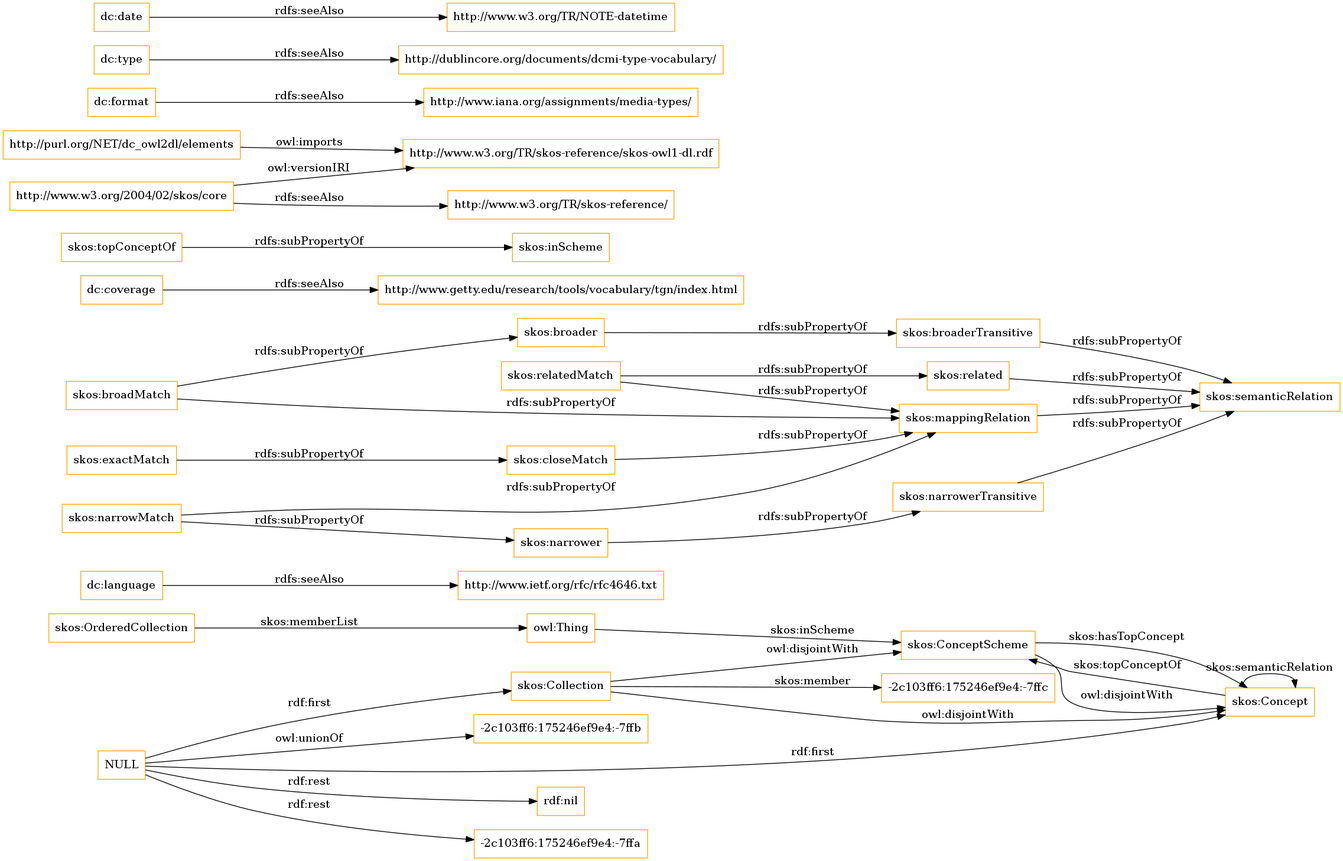
The Graphviz diagram OnToology/imports/elements.owl/diagrams/ar2dtool-class/elements.owl.png in OnToologyUser/core-ontology-1, before a commit. Its source is kept beside it as OnToology/imports/elements.owl/diagrams/ar2dtool-class/elements.owl.png.dot. Source of this version:
```dot
digraph ar2dtool_diagram {
rankdir=LR;
size="1501"
node [shape = rectangle, color="orange"]; "-2c103ff6:175246ef9e4:-7ffc" "skos:OrderedCollection" "skos:Collection" "skos:ConceptScheme" "skos:Concept" ; /*classes style*/
	"dc:language" -> "http://www.ietf.org/rfc/rfc4646.txt" [ label = "rdfs:seeAlso" ];
	"NULL" -> "rdf:nil" [ label = "rdf:rest" ];
	"NULL" -> "skos:Collection" [ label = "rdf:first" ];
	"NULL" -> "-2c103ff6:175246ef9e4:-7ffa" [ label = "rdf:rest" ];
	"NULL" -> "skos:Concept" [ label = "rdf:first" ];
	"NULL" -> "-2c103ff6:175246ef9e4:-7ffb" [ label = "owl:unionOf" ];
	"skos:closeMatch" -> "skos:mappingRelation" [ label = "rdfs:subPropertyOf" ];
	"dc:coverage" -> "http://www.getty.edu/research/tools/vocabulary/tgn/index.html" [ label = "rdfs:seeAlso" ];
	"skos:relatedMatch" -> "skos:related" [ label = "rdfs:subPropertyOf" ];
	"skos:relatedMatch" -> "skos:mappingRelation" [ label = "rdfs:subPropertyOf" ];
	"skos:ConceptScheme" -> "skos:Concept" [ label = "owl:disjointWith" ];
	"skos:related" -> "skos:semanticRelation" [ label = "rdfs:subPropertyOf" ];
	"skos:topConceptOf" -> "skos:inScheme" [ label = "rdfs:subPropertyOf" ];
	"skos:broadMatch" -> "skos:broader" [ label = "rdfs:subPropertyOf" ];
	"skos:broadMatch" -> "skos:mappingRelation" [ label = "rdfs:subPropertyOf" ];
	"http://purl.org/NET/dc_owl2dl/elements" -> "http://www.w3.org/TR/skos-reference/skos-owl1-dl.rdf" [ label = "owl:imports" ];
	"skos:exactMatch" -> "skos:closeMatch" [ label = "rdfs:subPropertyOf" ];
	"dc:format" -> "http://www.iana.org/assignments/media-types/" [ label = "rdfs:seeAlso" ];
	"skos:broaderTransitive" -> "skos:semanticRelation" [ label = "rdfs:subPropertyOf" ];
	"dc:type" -> "http://dublincore.org/documents/dcmi-type-vocabulary/" [ label = "rdfs:seeAlso" ];
	"skos:broader" -> "skos:broaderTransitive" [ label = "rdfs:subPropertyOf" ];
	"skos:mappingRelation" -> "skos:semanticRelation" [ label = "rdfs:subPropertyOf" ];
	"http://www.w3.org/2004/02/skos/core" -> "http://www.w3.org/TR/skos-reference/skos-owl1-dl.rdf" [ label = "owl:versionIRI" ];
	"http://www.w3.org/2004/02/skos/core" -> "http://www.w3.org/TR/skos-reference/" [ label = "rdfs:seeAlso" ];
	"skos:Collection" -> "skos:ConceptScheme" [ label = "owl:disjointWith" ];
	"skos:Collection" -> "skos:Concept" [ label = "owl:disjointWith" ];
	"skos:narrowMatch" -> "skos:narrower" [ label = "rdfs:subPropertyOf" ];
	"skos:narrowMatch" -> "skos:mappingRelation" [ label = "rdfs:subPropertyOf" ];
	"skos:narrower" -> "skos:narrowerTransitive" [ label = "rdfs:subPropertyOf" ];
	"dc:date" -> "http://www.w3.org/TR/NOTE-datetime" [ label = "rdfs:seeAlso" ];
	"skos:narrowerTransitive" -> "skos:semanticRelation" [ label = "rdfs:subPropertyOf" ];
	"skos:OrderedCollection" -> "owl:Thing" [ label = "skos:memberList" ];
	"skos:Concept" -> "skos:ConceptScheme" [ label = "skos:topConceptOf" ];
	"skos:Concept" -> "skos:Concept" [ label = "skos:semanticRelation" ];
	"skos:Collection" -> "-2c103ff6:175246ef9e4:-7ffc" [ label = "skos:member" ];
	"skos:ConceptScheme" -> "skos:Concept" [ label = "skos:hasTopConcept" ];
	"owl:Thing" -> "skos:ConceptScheme" [ label = "skos:inScheme" ];

}
```
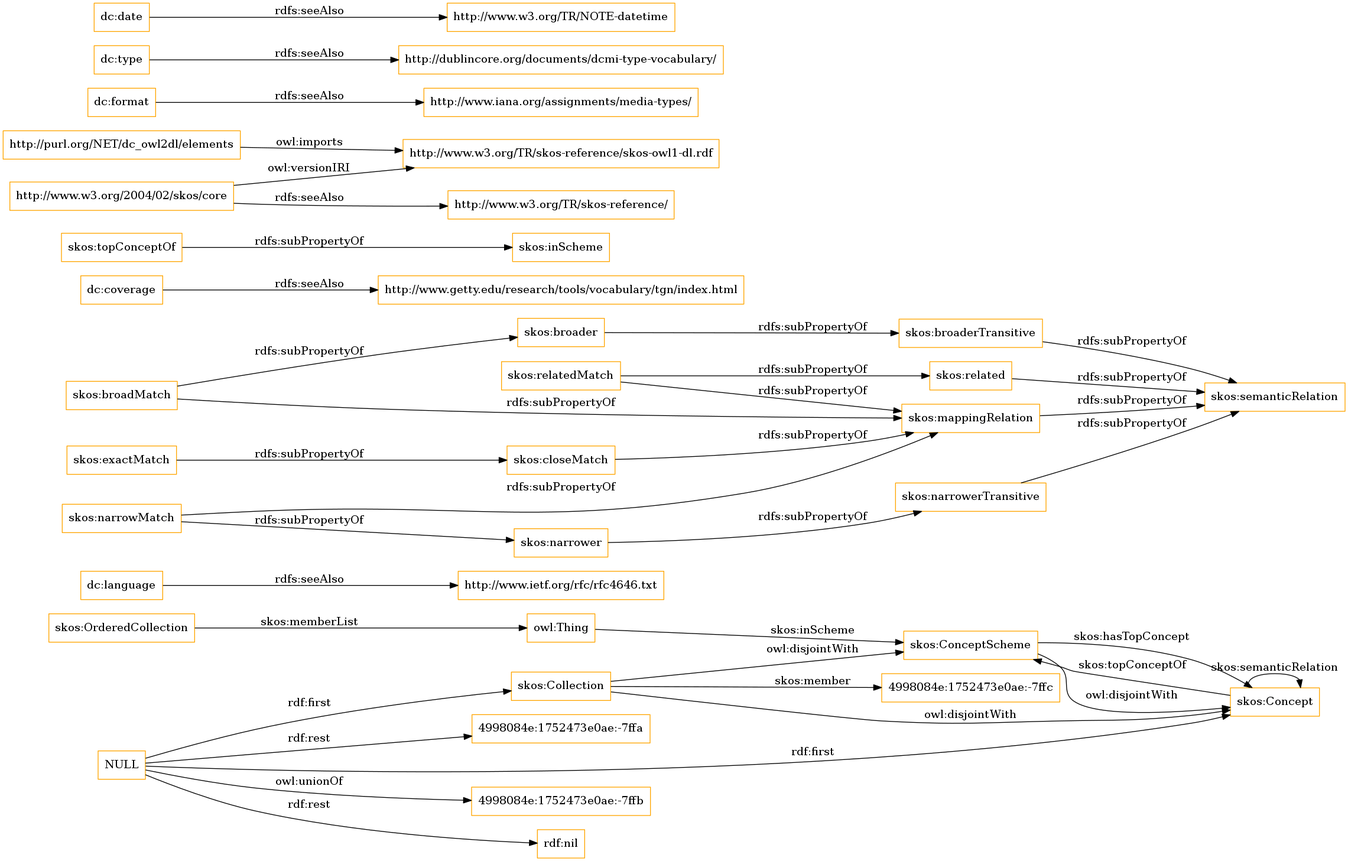
After the change.

Diff of the diagram source:
```diff
@@ -1,13 +1,13 @@
 digraph ar2dtool_diagram {
 rankdir=LR;
 size="1501"
-node [shape = rectangle, color="orange"]; "-2c103ff6:175246ef9e4:-7ffc" "skos:OrderedCollection" "skos:Collection" "skos:ConceptScheme" "skos:Concept" ; /*classes style*/
+node [shape = rectangle, color="orange"]; "4998084e:1752473e0ae:-7ffc" "skos:OrderedCollection" "skos:Collection" "skos:ConceptScheme" "skos:Concept" ; /*classes style*/
 	"dc:language" -> "http://www.ietf.org/rfc/rfc4646.txt" [ label = "rdfs:seeAlso" ];
+	"NULL" -> "4998084e:1752473e0ae:-7ffb" [ label = "owl:unionOf" ];
 	"NULL" -> "rdf:nil" [ label = "rdf:rest" ];
 	"NULL" -> "skos:Collection" [ label = "rdf:first" ];
-	"NULL" -> "-2c103ff6:175246ef9e4:-7ffa" [ label = "rdf:rest" ];
+	"NULL" -> "4998084e:1752473e0ae:-7ffa" [ label = "rdf:rest" ];
 	"NULL" -> "skos:Concept" [ label = "rdf:first" ];
-	"NULL" -> "-2c103ff6:175246ef9e4:-7ffb" [ label = "owl:unionOf" ];
 	"skos:closeMatch" -> "skos:mappingRelation" [ label = "rdfs:subPropertyOf" ];
 	"dc:coverage" -> "http://www.getty.edu/research/tools/vocabulary/tgn/index.html" [ label = "rdfs:seeAlso" ];
 	"skos:relatedMatch" -> "skos:related" [ label = "rdfs:subPropertyOf" ];
@@ -36,7 +36,7 @@
 	"skos:OrderedCollection" -> "owl:Thing" [ label = "skos:memberList" ];
 	"skos:Concept" -> "skos:ConceptScheme" [ label = "skos:topConceptOf" ];
 	"skos:Concept" -> "skos:Concept" [ label = "skos:semanticRelation" ];
-	"skos:Collection" -> "-2c103ff6:175246ef9e4:-7ffc" [ label = "skos:member" ];
+	"skos:Collection" -> "4998084e:1752473e0ae:-7ffc" [ label = "skos:member" ];
 	"skos:ConceptScheme" -> "skos:Concept" [ label = "skos:hasTopConcept" ];
 	"owl:Thing" -> "skos:ConceptScheme" [ label = "skos:inScheme" ];
 
```
